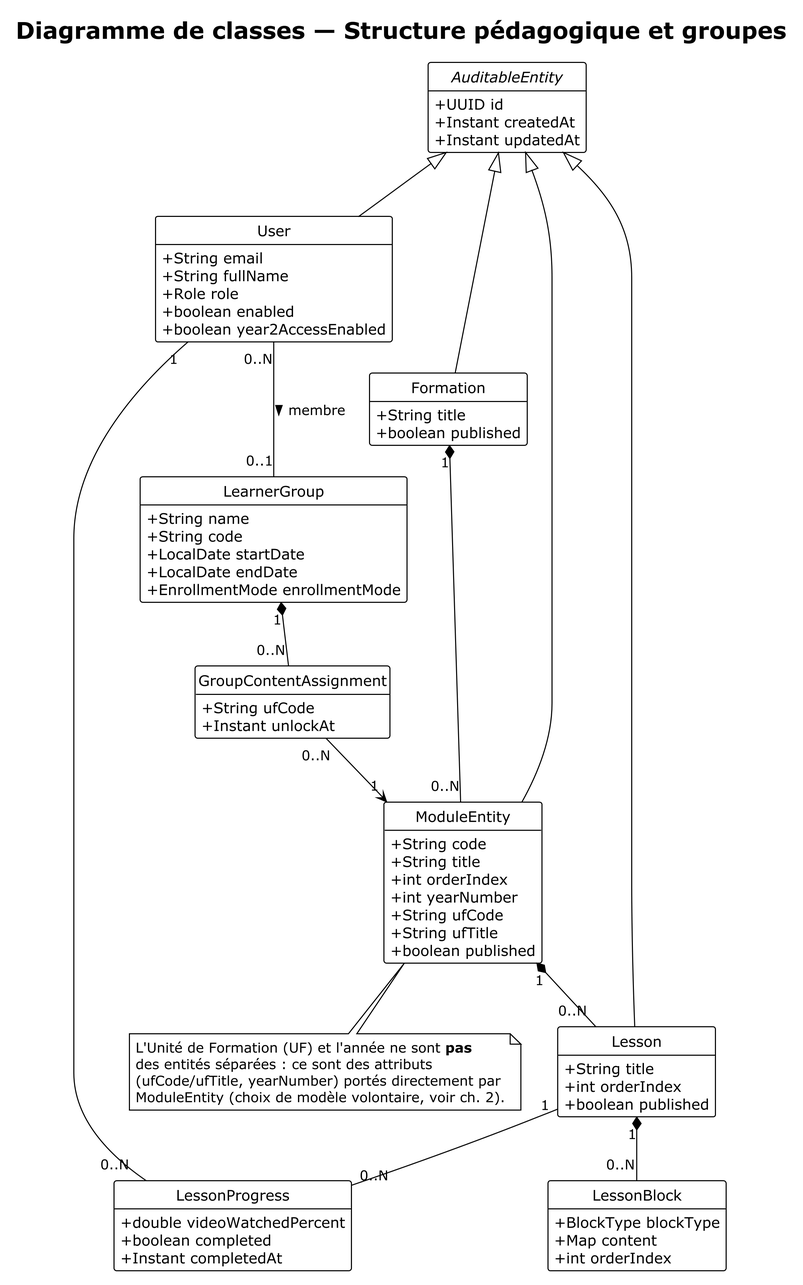
Before: diagrammes/images/diagramme_classes_pedagogie.png, a diagram exported from PlantUML (aminecharro01/E-learning). Its diagram source:
```plantuml
@startuml diagramme_classes_pedagogie
!theme plain
skinparam dpi 300
skinparam classAttributeIconSize 0
hide circle
hide empty members

title Diagramme de classes — Structure pédagogique et groupes

abstract class AuditableEntity {
  +UUID id
  +Instant createdAt
  +Instant updatedAt
}

class User {
  +String email
  +String fullName
  +Role role
  +boolean enabled
  +boolean year2AccessEnabled
}

class LearnerGroup {
  +String name
  +String code
  +LocalDate startDate
  +LocalDate endDate
  +EnrollmentMode enrollmentMode
}

class GroupContentAssignment {
  +String ufCode
  +Instant unlockAt
}

class Formation {
  +String title
  +boolean published
}

class ModuleEntity {
  +String code
  +String title
  +int orderIndex
  +int yearNumber
  +String ufCode
  +String ufTitle
  +boolean published
}

class Lesson {
  +String title
  +int orderIndex
  +boolean published
}

class LessonBlock {
  +BlockType blockType
  +Map content
  +int orderIndex
}

class LessonProgress {
  +double videoWatchedPercent
  +boolean completed
  +Instant completedAt
}

AuditableEntity <|-- User
AuditableEntity <|-- Formation
AuditableEntity <|-- ModuleEntity
AuditableEntity <|-- Lesson

User "0..N" -- "0..1" LearnerGroup : membre >
LearnerGroup "1" *-- "0..N" GroupContentAssignment
GroupContentAssignment "0..N" --> "1" ModuleEntity

Formation "1" *-- "0..N" ModuleEntity
ModuleEntity "1" *-- "0..N" Lesson
Lesson "1" *-- "0..N" LessonBlock
User "1" -- "0..N" LessonProgress
Lesson "1" -- "0..N" LessonProgress

note bottom of ModuleEntity
  L'Unité de Formation (UF) et l'année ne sont **pas**
  des entités séparées : ce sont des attributs
  (ufCode/ufTitle, yearNumber) portés directement par
  ModuleEntity (choix de modèle volontaire, voir ch. 2).
end note

@enduml
```
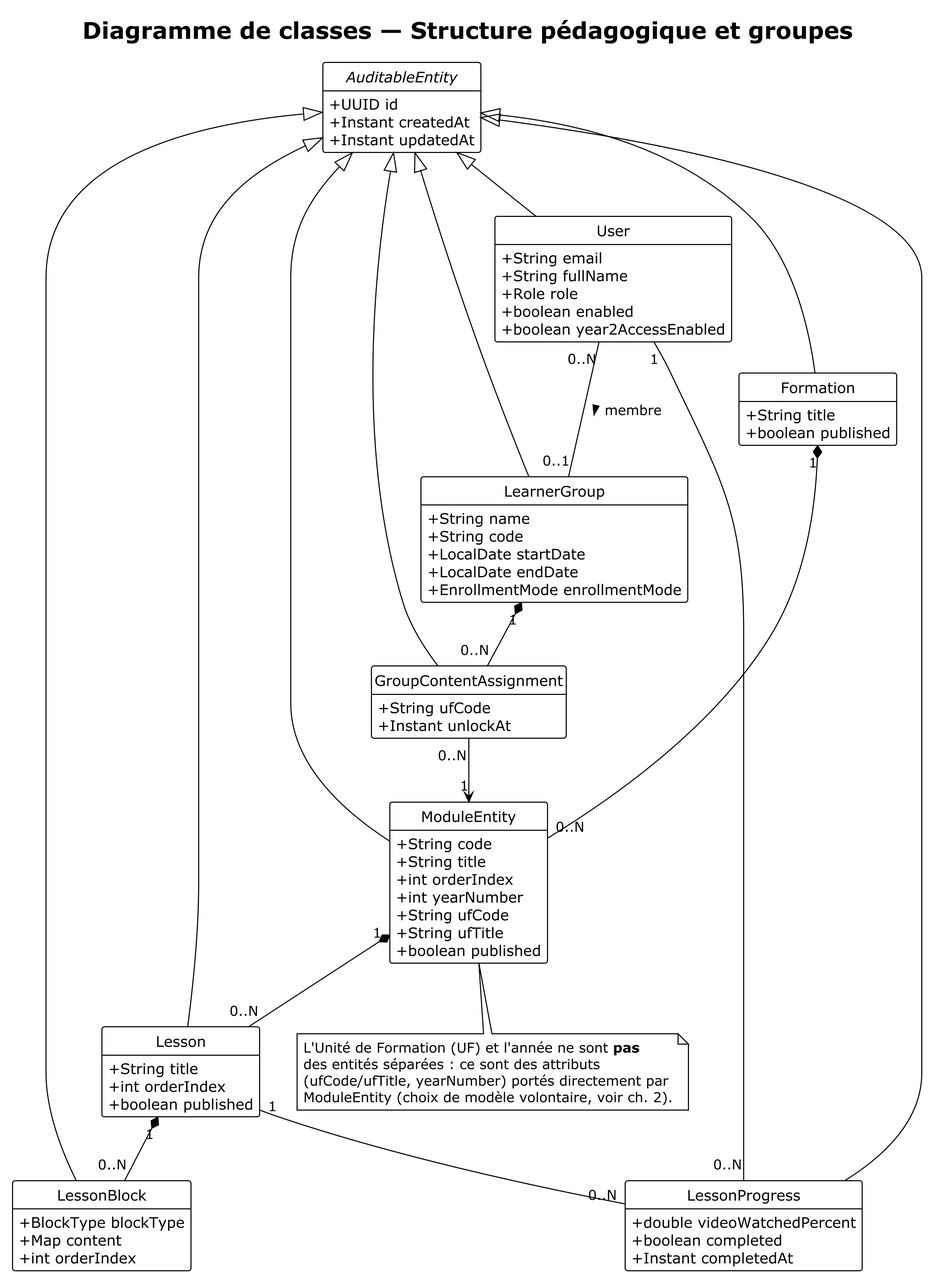
After the change.

The edit, as a diff of the source:
```diff
@@ -68,9 +68,13 @@
 }
 
 AuditableEntity <|-- User
+AuditableEntity <|-- LearnerGroup
+AuditableEntity <|-- GroupContentAssignment
 AuditableEntity <|-- Formation
 AuditableEntity <|-- ModuleEntity
 AuditableEntity <|-- Lesson
+AuditableEntity <|-- LessonBlock
+AuditableEntity <|-- LessonProgress
 
 User "0..N" -- "0..1" LearnerGroup : membre >
 LearnerGroup "1" *-- "0..N" GroupContentAssignment
```
